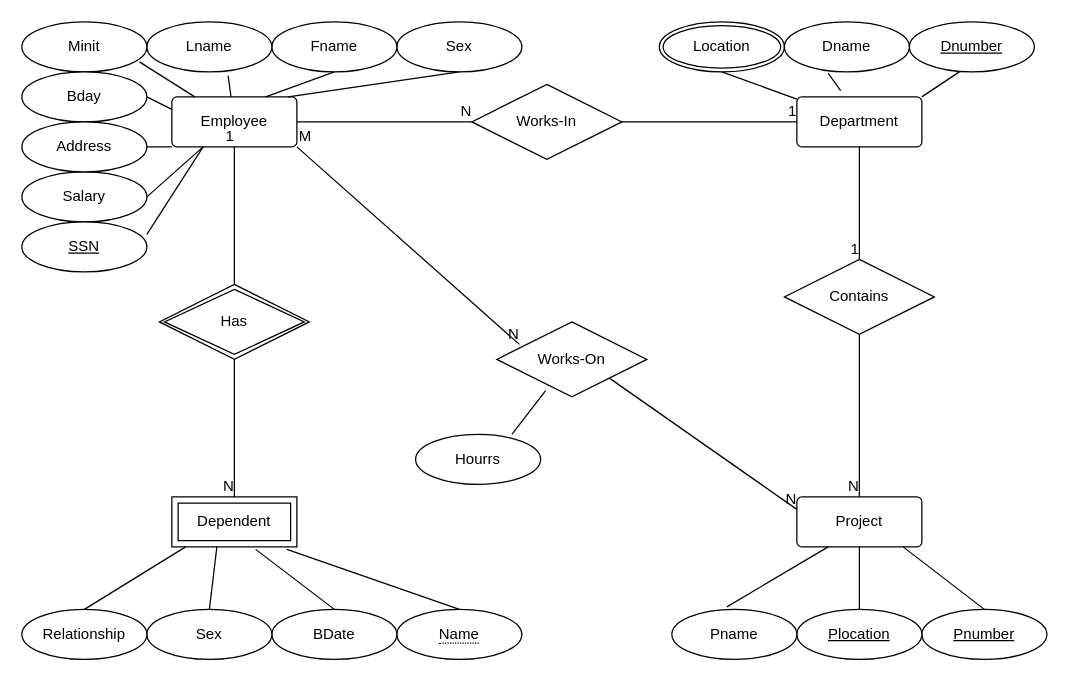
The draw.io diagram UML/ER.drawio in RileyMoore01/Portfolio, before the edit. Source tidied: cells renumbered, new cells numbered last; positions are measured from the earlier drawing's top-left corner, leaving out a move shared by most shapes. Both pictures are drawn from the tidied source at 125%, with x=0, y=0 at pixel (21, 21).
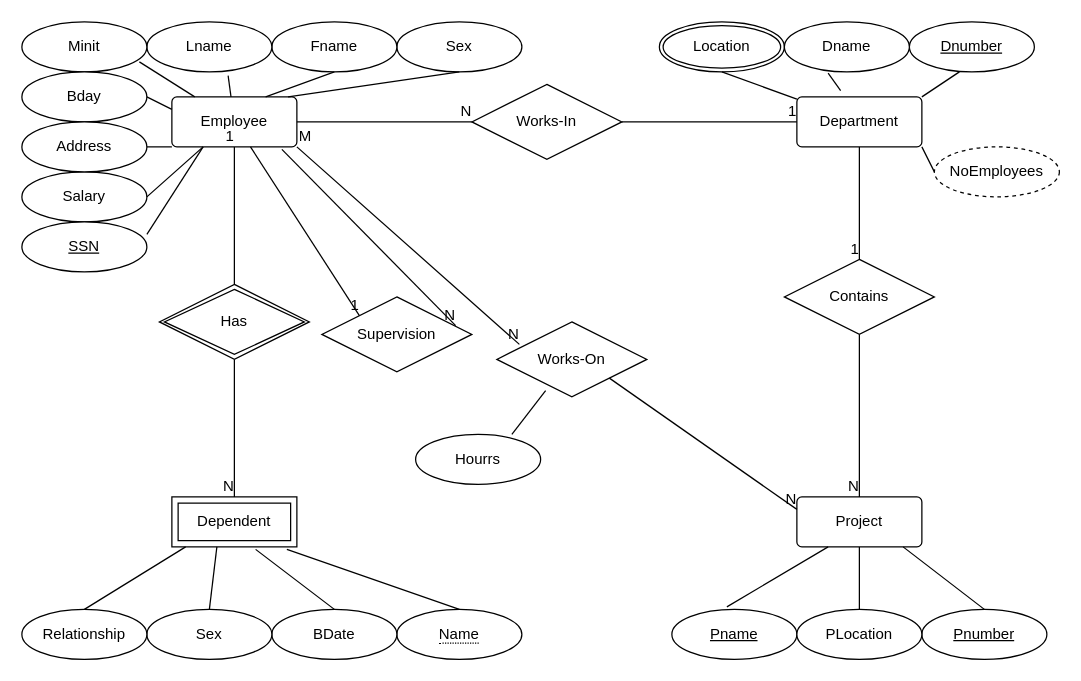
After the change.

Unchanged cells that the change refers to:
```xml
<mxCell id="2" value="Project" style="rounded=1;arcSize=10;whiteSpace=wrap;html=1;align=center;" parent="1" vertex="1">
  <mxGeometry x="620" y="380" width="100" height="40" as="geometry" />
</mxCell>
<mxCell id="3" value="Department" style="rounded=1;arcSize=10;whiteSpace=wrap;html=1;align=center;" parent="1" vertex="1">
  <mxGeometry x="620" y="60" width="100" height="40" as="geometry" />
</mxCell>
<mxCell id="4" value="Employee" style="rounded=1;arcSize=10;whiteSpace=wrap;html=1;align=center;" parent="1" vertex="1">
  <mxGeometry x="120" y="60" width="100" height="40" as="geometry" />
</mxCell>
```

What changed in the source:
```diff
@@
-    <mxCell id="20" value="Plocation" style="ellipse;whiteSpace=wrap;html=1;align=center;fontStyle=4;" parent="1" vertex="1">
-      <mxGeometry x="620" y="470" width="100" height="40" as="geometry" />
-    </mxCell>
-    <mxCell id="21" value="Pname" style="ellipse;whiteSpace=wrap;html=1;align=center;" parent="1" vertex="1">
+    <mxCell id="21" value="&lt;u&gt;Pname&lt;/u&gt;" style="ellipse;whiteSpace=wrap;html=1;align=center;" parent="1" vertex="1">
       <mxGeometry x="520" y="470" width="100" height="40" as="geometry" />
     </mxCell>
@@
-    <mxCell id="23" style="endArrow=none;html=1;rounded=0;exitX=0.5;exitY=0;exitDx=0;exitDy=0;entryX=0.5;entryY=1;entryDx=0;entryDy=0;" parent="1" edge="1" source="20" target="2">
-      <mxGeometry relative="1" as="geometry" />
+    <mxCell id="23" style="endArrow=none;html=1;rounded=0;exitX=0.5;exitY=0;exitDx=0;exitDy=0;entryX=0.5;entryY=1;entryDx=0;entryDy=0;" parent="1" edge="1" target="2">
+      <mxGeometry relative="1" as="geometry">
+        <mxPoint x="670" y="470" as="sourcePoint" />
+      </mxGeometry>
     </mxCell>
@@
+    <mxCell id="65" value="NoEmployees" style="ellipse;whiteSpace=wrap;html=1;align=center;dashed=1;" parent="1" vertex="1">
+      <mxGeometry x="730" y="100" width="100" height="40" as="geometry" />
+    </mxCell>
+    <mxCell id="66" style="endArrow=none;html=1;rounded=0;entryX=0;entryY=0.5;entryDx=0;entryDy=0;exitX=1;exitY=1;exitDx=0;exitDy=0;" parent="1" edge="1" source="3" target="65">
+      <mxGeometry relative="1" as="geometry" />
+    </mxCell>
+    <mxCell id="67" value="PLocation" style="ellipse;whiteSpace=wrap;html=1;align=center;" parent="1" vertex="1">
+      <mxGeometry x="620" y="470" width="100" height="40" as="geometry" />
+    </mxCell>
+    <mxCell id="68" value="Supervision" style="shape=rhombus;perimeter=rhombusPerimeter;whiteSpace=wrap;html=1;align=center;" parent="1" vertex="1">
+      <mxGeometry x="240" y="220" width="120" height="60" as="geometry" />
+    </mxCell>
+    <mxCell id="69" style="endArrow=none;html=1;rounded=0;entryX=0;entryY=0;entryDx=0;entryDy=0;" parent="1" edge="1" source="4" target="68">
+      <mxGeometry relative="1" as="geometry" />
+    </mxCell>
+    <mxCell id="70" value="1" style="html=1;align=right;verticalAlign=bottom;" parent="69" vertex="1">
+      <mxGeometry x="1" relative="1" as="geometry" />
+    </mxCell>
+    <mxCell id="71" style="endArrow=none;html=1;rounded=0;exitX=0.88;exitY=1.05;exitDx=0;exitDy=0;exitPerimeter=0;entryX=0.892;entryY=0.383;entryDx=0;entryDy=0;entryPerimeter=0;" parent="1" edge="1" source="4" target="68">
+      <mxGeometry relative="1" as="geometry" />
+    </mxCell>
+    <mxCell id="72" value="N" style="html=1;align=right;verticalAlign=bottom;" parent="71" vertex="1">
+      <mxGeometry x="1" relative="1" as="geometry" />
+    </mxCell>
```
